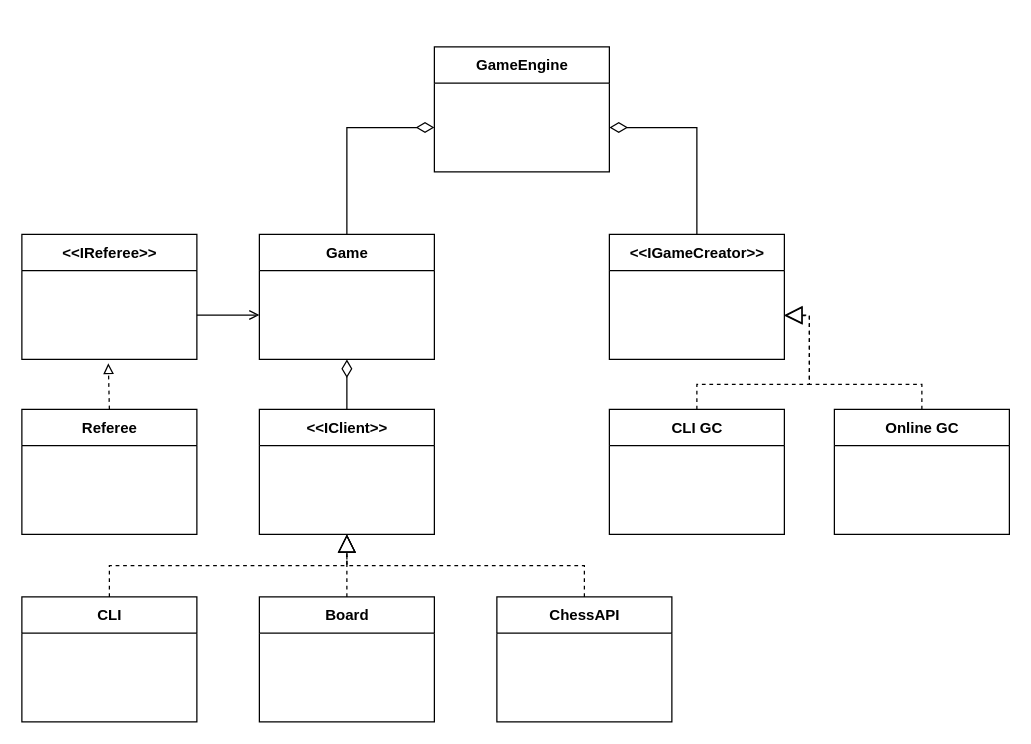
Earlier version of the draw.io diagram diagrams/server-diagram.drawio (AngryAshley/TeleChess). Source tidied: cells renumbered, new cells numbered last; positions are measured from the earlier drawing's top-left corner, leaving out a move shared by most shapes. Both pictures are drawn from the tidied source at 125%, with x=0, y=0 at pixel (21, 46).
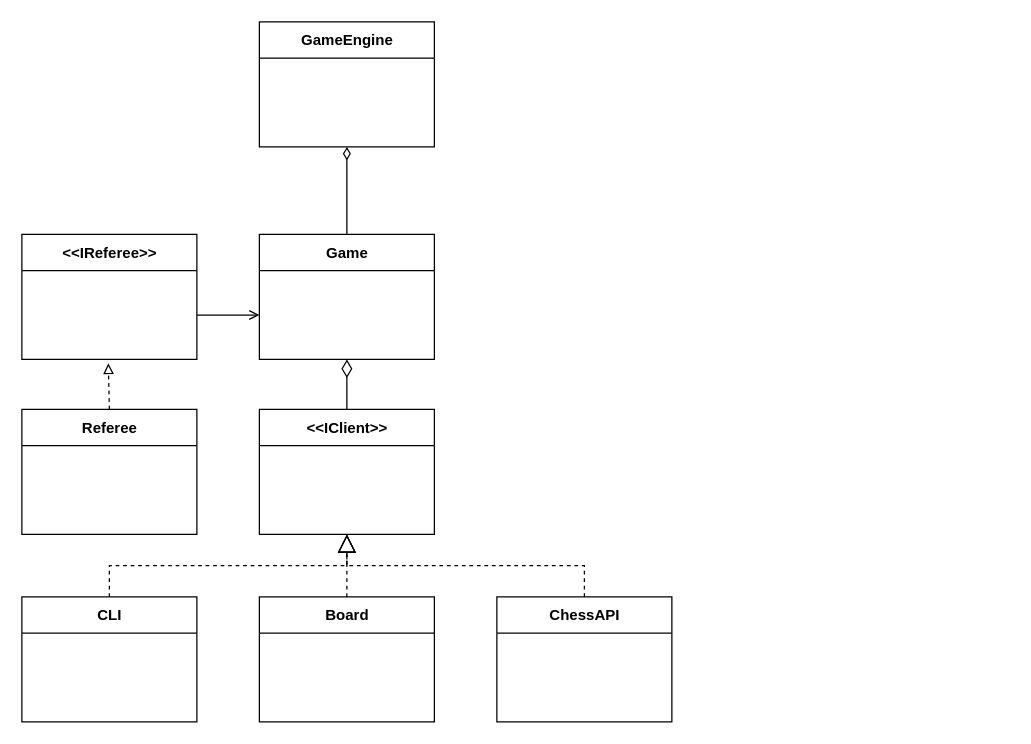
The same diagram, later.

The change refers to these unchanged cells:
```xml
<mxCell id="3" value="&lt;br&gt;&lt;br&gt;" style="text;html=1;strokeColor=none;fillColor=none;align=center;verticalAlign=middle;spacingLeft=4;spacingRight=4;overflow=hidden;points=[[0,0.5],[1,0.5]];portConstraint=eastwest;" parent="2" vertex="1">
  <mxGeometry y="29" width="140" height="71" as="geometry" />
</mxCell>
<mxCell id="5" value="Game" style="swimlane;fontStyle=1;align=center;verticalAlign=middle;horizontal=1;startSize=29;html=1;" parent="1" vertex="1">
  <mxGeometry x="190" y="150" width="140" height="100" as="geometry" />
</mxCell>
```

The edit, as a diff of the source:
```diff
@@
     <mxCell id="2" value="GameEngine" style="swimlane;fontStyle=1;align=center;verticalAlign=middle;horizontal=1;startSize=29;html=1;" parent="1" vertex="1">
-      <mxGeometry x="330" width="140" height="100" as="geometry" />
+      <mxGeometry x="190" y="-20" width="140" height="100" as="geometry" />
     </mxCell>
@@
-    <mxCell id="4" style="edgeStyle=orthogonalEdgeStyle;html=1;exitX=0.5;exitY=0;exitDx=0;exitDy=0;entryX=0;entryY=0.5;entryDx=0;entryDy=0;endArrow=diamondThin;endFill=0;rounded=0;endSize=12;" parent="1" edge="1" source="5" target="3">
+    <mxCell id="4" style="edgeStyle=none;html=1;exitX=0.5;exitY=0;exitDx=0;exitDy=0;endArrow=diamondThin;endFill=0;endSize=8;" parent="1" edge="1" source="5" target="3">
       <mxGeometry relative="1" as="geometry" />
     </mxCell>
@@
-    <mxCell id="13" style="edgeStyle=orthogonalEdgeStyle;rounded=0;html=1;exitX=0.5;exitY=0;exitDx=0;exitDy=0;entryX=1;entryY=0.5;entryDx=0;entryDy=0;endArrow=diamondThin;endFill=0;endSize=12;" parent="1" edge="1" source="14" target="3">
-      <mxGeometry relative="1" as="geometry" />
-    </mxCell>
-    <mxCell id="14" value="&amp;lt;&amp;lt;IGameCreator&amp;gt;&amp;gt;" style="swimlane;fontStyle=1;align=center;verticalAlign=middle;horizontal=1;startSize=29;html=1;" parent="1" vertex="1">
-      <mxGeometry x="470" y="150" width="140" height="100" as="geometry" />
-    </mxCell>
-    <mxCell id="15" value="&lt;br&gt;&lt;br&gt;" style="text;html=1;strokeColor=none;fillColor=none;align=center;verticalAlign=middle;spacingLeft=4;spacingRight=4;overflow=hidden;points=[[0,0.5],[1,0.5]];portConstraint=eastwest;" parent="14" vertex="1">
-      <mxGeometry y="29" width="140" height="71" as="geometry" />
-    </mxCell>
-    <mxCell id="16" style="edgeStyle=orthogonalEdgeStyle;rounded=0;html=1;exitX=0.5;exitY=0;exitDx=0;exitDy=0;entryX=1;entryY=0.5;entryDx=0;entryDy=0;endArrow=block;endFill=0;endSize=12;dashed=1;" parent="1" edge="1" source="17" target="15">
-      <mxGeometry relative="1" as="geometry">
-        <Array as="points">
-          <mxPoint x="720" y="270" />
-          <mxPoint x="630" y="270" />
-          <mxPoint x="630" y="215" />
-        </Array>
-      </mxGeometry>
-    </mxCell>
-    <mxCell id="17" value="Online GC" style="swimlane;fontStyle=1;align=center;verticalAlign=middle;horizontal=1;startSize=29;html=1;" parent="1" vertex="1">
-      <mxGeometry x="650" y="290" width="140" height="100" as="geometry" />
-    </mxCell>
-    <mxCell id="18" value="&lt;br&gt;&lt;br&gt;" style="text;html=1;strokeColor=none;fillColor=none;align=center;verticalAlign=middle;spacingLeft=4;spacingRight=4;overflow=hidden;" parent="17" vertex="1">
-      <mxGeometry y="29" width="140" height="71" as="geometry" />
-    </mxCell>
-    <mxCell id="19" style="edgeStyle=orthogonalEdgeStyle;rounded=0;html=1;exitX=0.5;exitY=0;exitDx=0;exitDy=0;endArrow=block;endFill=0;endSize=12;dashed=1;" parent="1" edge="1" source="20" target="15">
-      <mxGeometry relative="1" as="geometry">
-        <Array as="points">
-          <mxPoint x="540" y="270" />
-          <mxPoint x="630" y="270" />
-          <mxPoint x="630" y="215" />
-        </Array>
-      </mxGeometry>
-    </mxCell>
-    <mxCell id="20" value="CLI GC" style="swimlane;fontStyle=1;align=center;verticalAlign=middle;horizontal=1;startSize=29;html=1;" parent="1" vertex="1">
-      <mxGeometry x="470" y="290" width="140" height="100" as="geometry" />
-    </mxCell>
-    <mxCell id="21" value="&lt;br&gt;&lt;br&gt;" style="text;html=1;strokeColor=none;fillColor=none;align=center;verticalAlign=middle;spacingLeft=4;spacingRight=4;overflow=hidden;" parent="20" vertex="1">
-      <mxGeometry y="29" width="140" height="71" as="geometry" />
-    </mxCell>
```
